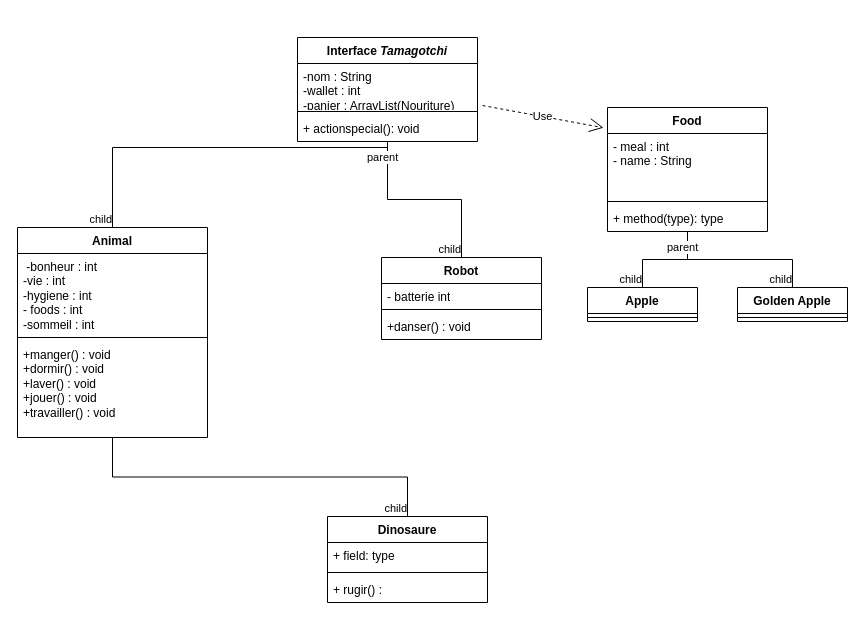
This is page "Page-2" (2 of 2) of Diagram.drawio from BMaurice56/Tamagotchi, a draw.io file, before an edit. Source tidied: cells renumbered, new cells numbered last; positions are measured from the earlier drawing's top-left corner, leaving out a move shared by most shapes. Both pictures are drawn from the tidied source at 100%, with x=0, y=0 at pixel (17, 37).
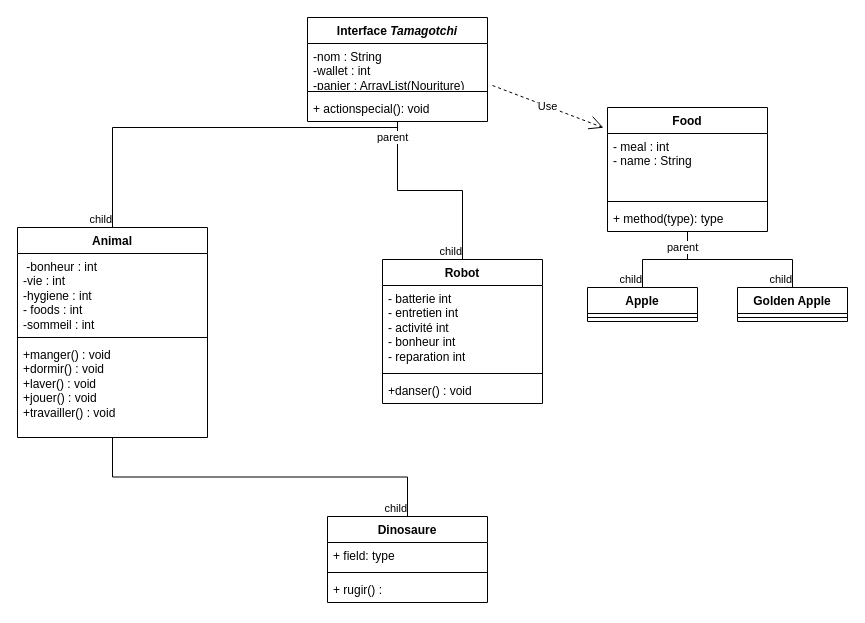
After the change.

Commit message:
Modification robot

Diff of the diagram source:
```diff
@@
     <mxCell id="2" value="Interface &lt;i&gt;Tamagotchi&lt;/i&gt;" style="swimlane;fontStyle=1;align=center;verticalAlign=top;horizontal=1;startSize=26;whiteSpace=wrap;html=1;" parent="1" vertex="1">
-      <mxGeometry x="280" width="180" height="104" as="geometry" />
+      <mxGeometry x="290" y="-20" width="180" height="104" as="geometry" />
     </mxCell>
@@
     <mxCell id="10" value="Robot" style="swimlane;fontStyle=1;align=center;verticalAlign=top;horizontal=1;startSize=26;whiteSpace=wrap;html=1;" parent="1" vertex="1">
-      <mxGeometry x="364" y="220" width="160" height="82" as="geometry" />
+      <mxGeometry x="365" y="222" width="160" height="144" as="geometry" />
     </mxCell>
-    <mxCell id="11" value="- batterie int" style="text;strokeColor=none;fillColor=none;align=left;verticalAlign=top;spacingLeft=4;spacingRight=4;overflow=hidden;whiteSpace=wrap;html=1;" parent="10" vertex="1">
-      <mxGeometry y="26" width="160" height="22" as="geometry" />
+    <mxCell id="11" value="- batterie int&lt;br&gt;- entretien int&lt;br&gt;- activité int&lt;br&gt;- bonheur int&lt;br&gt;- reparation int" style="text;strokeColor=none;fillColor=none;align=left;verticalAlign=top;spacingLeft=4;spacingRight=4;overflow=hidden;whiteSpace=wrap;html=1;" parent="10" vertex="1">
+      <mxGeometry y="26" width="160" height="84" as="geometry" />
     </mxCell>
     <mxCell id="12" style="line;strokeWidth=1;fillColor=none;align=left;verticalAlign=middle;spacingTop=-1;spacingLeft=3;spacingRight=3;labelPosition=right;strokeColor=inherit;" parent="10" vertex="1">
-      <mxGeometry y="48" width="160" height="8" as="geometry" />
+      <mxGeometry y="110" width="160" height="8" as="geometry" />
     </mxCell>
     <mxCell id="13" value="+danser() : void" style="text;strokeColor=none;fillColor=none;align=left;verticalAlign=top;spacingLeft=4;spacingRight=4;overflow=hidden;whiteSpace=wrap;html=1;" parent="10" vertex="1">
-      <mxGeometry y="56" width="160" height="26" as="geometry" />
+      <mxGeometry y="118" width="160" height="26" as="geometry" />
     </mxCell>
```
